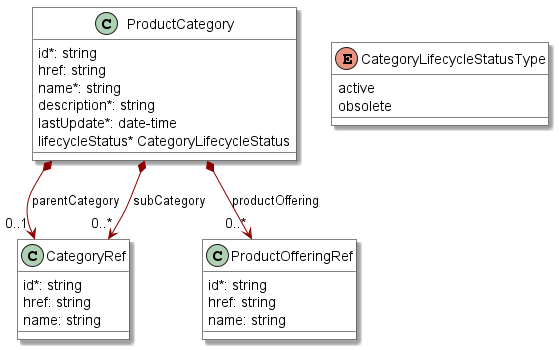
Above: documentation/productApi/catalog/media/categoryModel.png in MEF-GIT/MEF-LSO-Sonata-SDK (PlantUML), before the change.
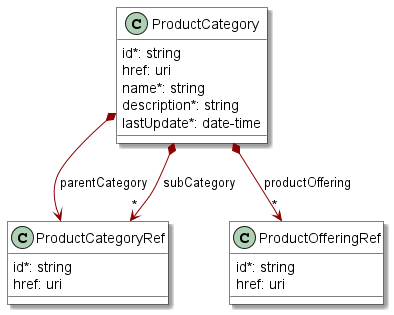
After the commit.

Diff of the diagram source:
```diff
@@ -13,37 +13,29 @@
 class ProductCategory {
 
     id*: string
-    href: string
+    href: uri
     name*: string
     description*: string
     lastUpdate*: date-time
-    lifecycleStatus* CategoryLifecycleStatus
 }
 
+ProductCategory *--> ProductCategoryRef : parentCategory
+ProductCategory *-->"*" ProductCategoryRef : subCategory
+ProductCategory *-->"*" ProductOfferingRef : productOffering
 
 
-class CategoryRef {
+class ProductCategoryRef {
 
     id*: string
-    href: string
-    name: string
+    href: uri
 }
 
 class ProductOfferingRef {
 
     id*: string
-    href: string
-    name: string
+    href: uri
 }
 
-ProductCategory *-->"0..1" CategoryRef : parentCategory
-ProductCategory *-->"0..*" CategoryRef : subCategory
-ProductCategory *-->"0..*" ProductOfferingRef : productOffering
 
-enum CategoryLifecycleStatusType {
-
-    active
-    obsolete
-}
 
 @enduml
```
